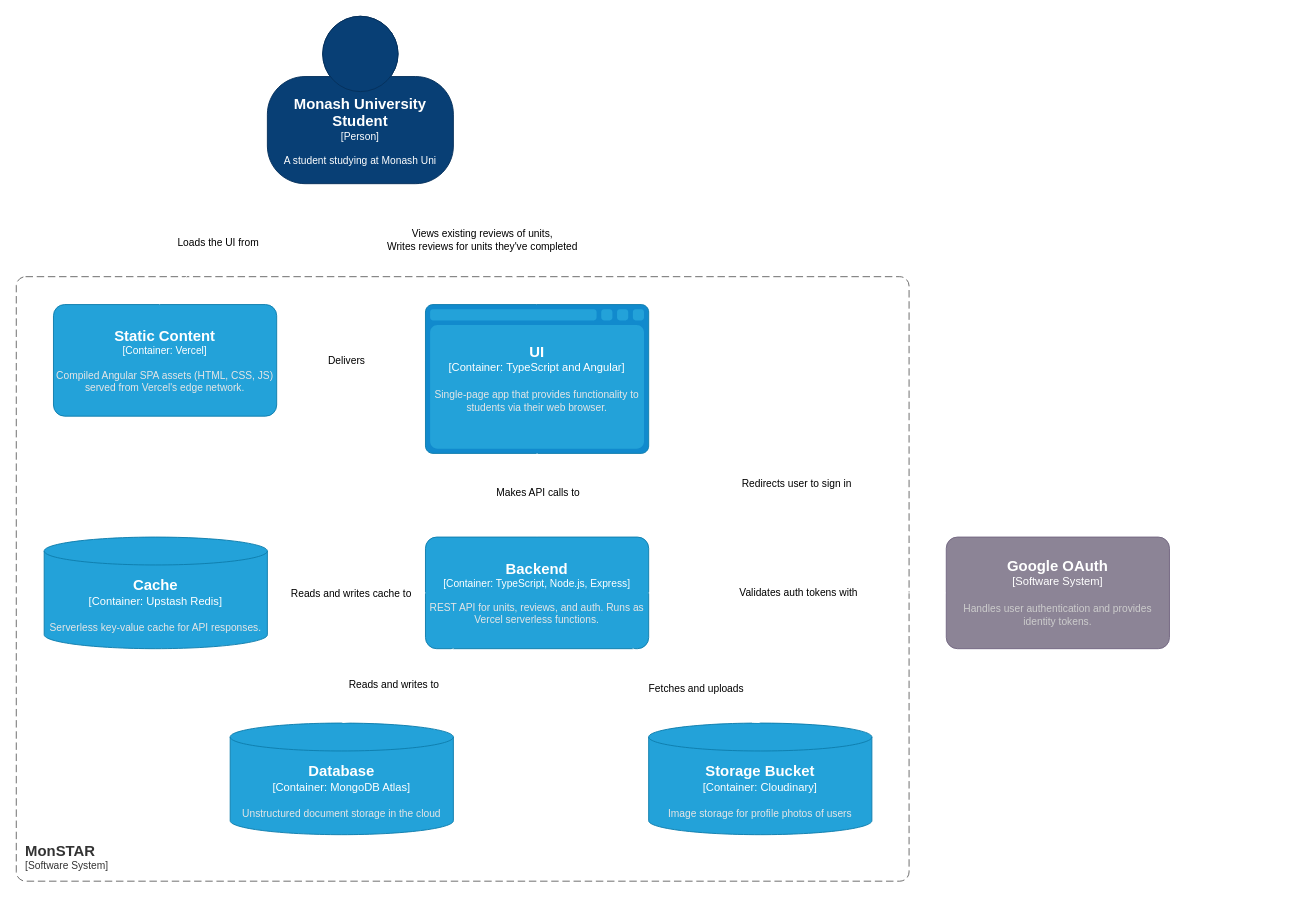
Before: .docs/2_Container_Diagram.drawio in wiredmonash/monstar, a draw.io diagram. Source tidied: cells renumbered, new cells numbered last; positions are measured from the earlier drawing's top-left corner, leaving out a move shared by most shapes. Both pictures are drawn from the tidied source at 93%, with x=0, y=0 at pixel (16, 16).
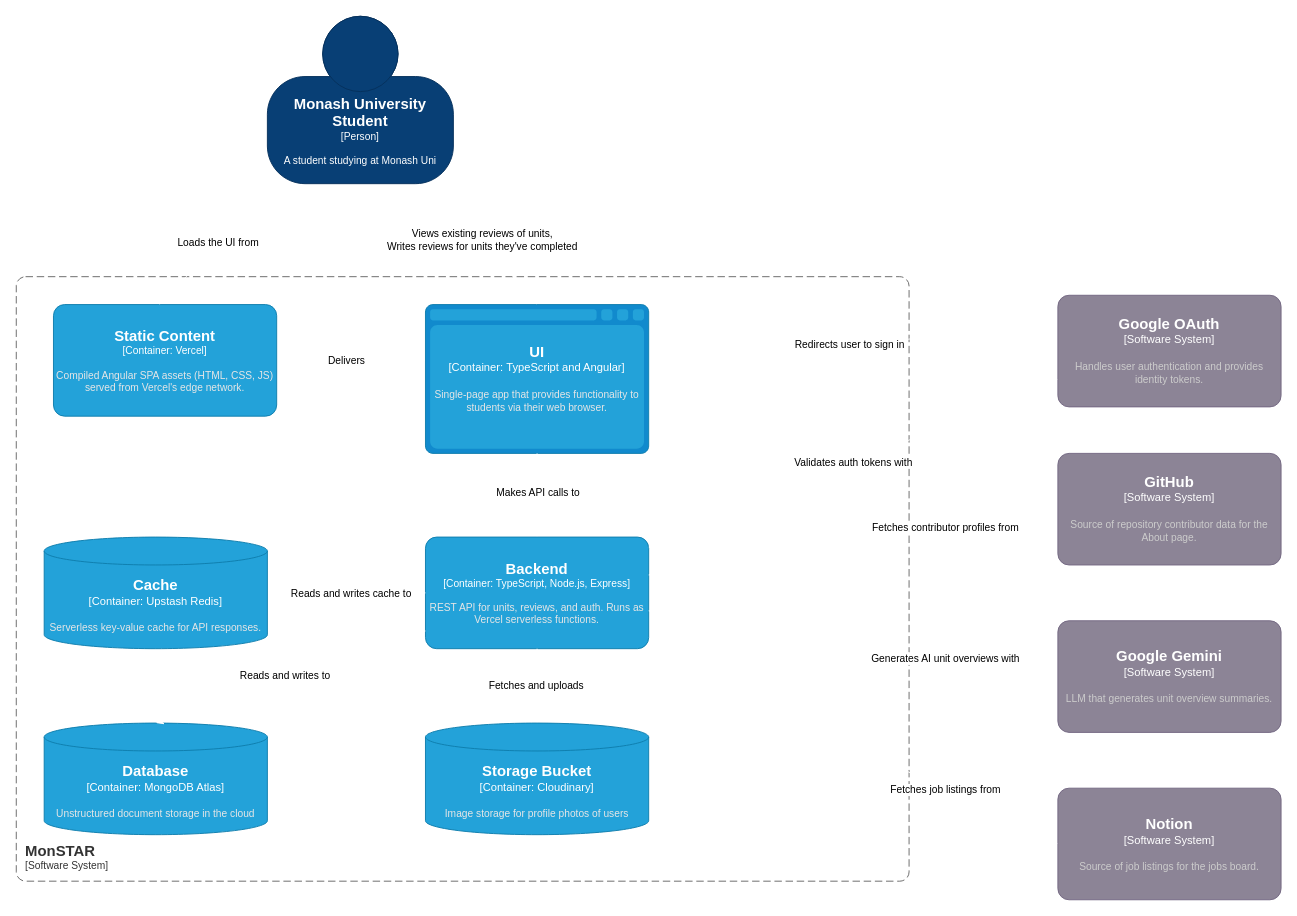
Above is the later version.

Commit message (it also covers changes not shown here):
docs: add Gemini, GitHub, and Notion external systems to container diagram

The change refers to these unchanged cells:
```xml
<object id="6" label="&lt;font style=&quot;font-size: 16px&quot;&gt;&lt;b&gt;%c4Name%&lt;/b&gt;&lt;/font&gt;&lt;div&gt;[%c4Type%: %c4Technology%]&lt;/div&gt;&lt;br&gt;&lt;div&gt;&lt;font style=&quot;font-size: 11px&quot;&gt;&lt;font color=&quot;#E6E6E6&quot;&gt;%c4Description%&lt;/font&gt;&lt;/div&gt;" c4Description="REST API for units, reviews, and auth. Runs as Vercel serverless functions." c4Name="Backend" c4Technology="TypeScript, Node.js, Express" c4Type="Container" placeholders="1">
  <mxCell style="rounded=1;whiteSpace=wrap;html=1;fontSize=11;labelBackgroundColor=none;fillColor=#23A2D9;fontColor=#ffffff;align=center;arcSize=10;strokeColor=#0E7DAD;points=[[0.25,0,0],[0.5,0,0],[0.75,0,0],[1,0.25,0],[1,0.5,0],[1,0.75,0],[0.75,1,0],[0.5,1,0],[0.25,1,0],[0,0.75,0],[0,0.5,0],[0,0.25,0]];" parent="1" vertex="1">
    <mxGeometry x="440" y="560" width="240" height="120" as="geometry" />
  </mxCell>
</object>
<object id="9" label="&lt;font style=&quot;font-size: 16px&quot;&gt;&lt;b&gt;%c4Name%&lt;/b&gt;&lt;/font&gt;&lt;div&gt;[%c4Type%:&amp;nbsp;%c4Technology%]&lt;/div&gt;&lt;br&gt;&lt;div&gt;&lt;font style=&quot;font-size: 11px&quot;&gt;&lt;font color=&quot;#E6E6E6&quot;&gt;%c4Description%&lt;/font&gt;&lt;/div&gt;" c4Description="Single-page app that provides functionality to students via their web browser." c4Name="UI" c4Technology="TypeScript and Angular" c4Type="Container" placeholders="1">
  <mxCell style="shape=mxgraph.c4.webBrowserContainer2;whiteSpace=wrap;html=1;boundedLbl=1;rounded=0;labelBackgroundColor=none;strokeColor=#118ACD;fillColor=#23A2D9;strokeColor=#118ACD;strokeColor2=#0E7DAD;fontSize=12;fontColor=#ffffff;align=center;points=[[0.5,0,0],[1,0.25,0],[1,0.5,0],[1,0.75,0],[0.5,1,0],[0,0.75,0],[0,0.5,0],[0,0.25,0]];" parent="1" vertex="1">
    <mxGeometry x="440" y="310" width="240" height="160" as="geometry" />
  </mxCell>
</object>
```

What changed in the source:
```diff
@@
     <object id="4" label="&lt;font style=&quot;font-size: 16px&quot;&gt;&lt;b&gt;%c4Name%&lt;/b&gt;&lt;/font&gt;&lt;div&gt;[%c4Type%:&amp;nbsp;%c4Technology%]&lt;/div&gt;&lt;br&gt;&lt;div&gt;&lt;font style=&quot;font-size: 11px&quot;&gt;&lt;font color=&quot;#E6E6E6&quot;&gt;%c4Description%&lt;/font&gt;&lt;/div&gt;" c4Description="Unstructured document storage in the cloud" c4Name="Database" c4Technology="MongoDB Atlas" c4Type="Container" placeholders="1">
       <mxCell style="shape=cylinder3;size=15;whiteSpace=wrap;html=1;boundedLbl=1;rounded=0;labelBackgroundColor=none;fillColor=#23A2D9;fontSize=12;fontColor=#ffffff;align=center;strokeColor=#0E7DAD;points=[[0.5,0,0],[1,0.25,0],[1,0.5,0],[1,0.75,0],[0.5,1,0],[0,0.75,0],[0,0.5,0],[0,0.25,0]];" parent="1" vertex="1">
-        <mxGeometry x="230" y="760" width="240" height="120" as="geometry" />
+        <mxGeometry x="30" y="760" width="240" height="120" as="geometry" />
       </mxCell>
     </object>
     <object id="5" label="&lt;font style=&quot;font-size: 16px&quot;&gt;&lt;b&gt;%c4Name%&lt;/b&gt;&lt;/font&gt;&lt;div&gt;[%c4Type%:&amp;nbsp;%c4Technology%]&lt;/div&gt;&lt;br&gt;&lt;div&gt;&lt;font style=&quot;font-size: 11px&quot;&gt;&lt;font color=&quot;#E6E6E6&quot;&gt;%c4Description%&lt;/font&gt;&lt;/div&gt;" c4Description="Image storage for profile photos of users" c4Name="Storage Bucket" c4Technology="Cloudinary" c4Type="Container" placeholders="1">
       <mxCell style="shape=cylinder3;size=15;whiteSpace=wrap;html=1;boundedLbl=1;rounded=0;labelBackgroundColor=none;fillColor=#23A2D9;fontSize=12;fontColor=#ffffff;align=center;strokeColor=#0E7DAD;points=[[0.5,0,0],[1,0.25,0],[1,0.5,0],[1,0.75,0],[0.5,1,0],[0,0.75,0],[0,0.5,0],[0,0.25,0]];" parent="1" vertex="1">
-        <mxGeometry x="680" y="760" width="240" height="120" as="geometry" />
+        <mxGeometry x="440" y="760" width="240" height="120" as="geometry" />
       </mxCell>
     </object>
@@
-    <mxCell id="7" style="edgeStyle=none;html=1;strokeColor=#FFFFFF;" parent="1" edge="1" source="9" target="23">
+    <mxCell id="7" style="edgeStyle=none;html=1;strokeColor=#FFFFFF;entryX=0;entryY=0.25;entryDx=0;entryDy=0;entryPerimeter=0;" parent="1" edge="1" source="9" target="23">
       <mxGeometry relative="1" as="geometry" />
     </mxCell>
@@
     <object id="23" label="&lt;font style=&quot;font-size: 16px&quot;&gt;&lt;b&gt;%c4Name%&lt;/b&gt;&lt;/font&gt;&lt;div&gt;[%c4Type%]&lt;/div&gt;&lt;br&gt;&lt;div&gt;&lt;font style=&quot;font-size: 11px&quot;&gt;&lt;font color=&quot;#cccccc&quot;&gt;%c4Description%&lt;/font&gt;&lt;/div&gt;" c4Description="Handles user authentication and provides identity tokens." c4Name="Google OAuth" c4Type="Software System" placeholders="1">
       <mxCell style="rounded=1;whiteSpace=wrap;html=1;labelBackgroundColor=none;fillColor=#8C8496;fontColor=#ffffff;align=center;arcSize=10;strokeColor=#736782;points=[[0.25,0,0],[0.5,0,0],[0.75,0,0],[1,0.25,0],[1,0.5,0],[1,0.75,0],[0.75,1,0],[0.5,1,0],[0.25,1,0],[0,0.75,0],[0,0.5,0],[0,0.25,0]];" parent="1" vertex="1">
-        <mxGeometry x="1000" y="560" width="240" height="120" as="geometry" />
+        <mxGeometry x="1120" y="300" width="240" height="120" as="geometry" />
       </mxCell>
     </object>
@@
-    <mxCell id="27" style="edgeStyle=none;html=1;entryX=0;entryY=0.5;entryDx=0;entryDy=0;entryPerimeter=0;strokeColor=#FFFFFF;" parent="1" edge="1" source="6" target="23">
+    <mxCell id="27" style="edgeStyle=none;html=1;strokeColor=#FFFFFF;entryX=0;entryY=0.75;entryDx=0;entryDy=0;entryPerimeter=0;" parent="1" edge="1" source="6" target="23">
       <mxGeometry relative="1" as="geometry" />
     </mxCell>
@@
+    <object id="29" label="&lt;font style=&quot;font-size: 16px&quot;&gt;&lt;b&gt;%c4Name%&lt;/b&gt;&lt;/font&gt;&lt;div&gt;[%c4Type%]&lt;/div&gt;&lt;br&gt;&lt;div&gt;&lt;font style=&quot;font-size: 11px&quot;&gt;&lt;font color=&quot;#cccccc&quot;&gt;%c4Description%&lt;/font&gt;&lt;/div&gt;" c4Description="LLM that generates unit overview summaries." c4Name="Google Gemini" c4Type="Software System" placeholders="1">
+      <mxCell style="rounded=1;whiteSpace=wrap;html=1;labelBackgroundColor=none;fillColor=#8C8496;fontColor=#ffffff;align=center;arcSize=10;strokeColor=#736782;points=[[0.25,0,0],[0.5,0,0],[0.75,0,0],[1,0.25,0],[1,0.5,0],[1,0.75,0],[0.75,1,0],[0.5,1,0],[0.25,1,0],[0,0.75,0],[0,0.5,0],[0,0.25,0]];" parent="1" vertex="1">
+        <mxGeometry x="1120" y="650" width="240" height="120" as="geometry" />
+      </mxCell>
+    </object>
+    <object id="30" label="&lt;font style=&quot;font-size: 16px&quot;&gt;&lt;b&gt;%c4Name%&lt;/b&gt;&lt;/font&gt;&lt;div&gt;[%c4Type%]&lt;/div&gt;&lt;br&gt;&lt;div&gt;&lt;font style=&quot;font-size: 11px&quot;&gt;&lt;font color=&quot;#cccccc&quot;&gt;%c4Description%&lt;/font&gt;&lt;/div&gt;" c4Description="Source of repository contributor data for the About page." c4Name="GitHub" c4Type="Software System" placeholders="1">
+      <mxCell style="rounded=1;whiteSpace=wrap;html=1;labelBackgroundColor=none;fillColor=#8C8496;fontColor=#ffffff;align=center;arcSize=10;strokeColor=#736782;points=[[0.25,0,0],[0.5,0,0],[0.75,0,0],[1,0.25,0],[1,0.5,0],[1,0.75,0],[0.75,1,0],[0.5,1,0],[0.25,1,0],[0,0.75,0],[0,0.5,0],[0,0.25,0]];" parent="1" vertex="1">
+        <mxGeometry x="1120" y="470" width="240" height="120" as="geometry" />
+      </mxCell>
+    </object>
+    <object id="31" label="&lt;font style=&quot;font-size: 16px&quot;&gt;&lt;b&gt;%c4Name%&lt;/b&gt;&lt;/font&gt;&lt;div&gt;[%c4Type%]&lt;/div&gt;&lt;br&gt;&lt;div&gt;&lt;font style=&quot;font-size: 11px&quot;&gt;&lt;font color=&quot;#cccccc&quot;&gt;%c4Description%&lt;/font&gt;&lt;/div&gt;" c4Description="Source of job listings for the jobs board." c4Name="Notion" c4Type="Software System" placeholders="1">
+      <mxCell style="rounded=1;whiteSpace=wrap;html=1;labelBackgroundColor=none;fillColor=#8C8496;fontColor=#ffffff;align=center;arcSize=10;strokeColor=#736782;points=[[0.25,0,0],[0.5,0,0],[0.75,0,0],[1,0.25,0],[1,0.5,0],[1,0.75,0],[0.75,1,0],[0.5,1,0],[0.25,1,0],[0,0.75,0],[0,0.5,0],[0,0.25,0]];" parent="1" vertex="1">
+        <mxGeometry x="1120" y="830" width="240" height="120" as="geometry" />
+      </mxCell>
+    </object>
+    <mxCell id="32" style="edgeStyle=none;html=1;entryX=0;entryY=0.5;entryDx=0;entryDy=0;entryPerimeter=0;strokeColor=#FFFFFF;" parent="1" edge="1" source="6" target="29">
+      <mxGeometry relative="1" as="geometry" />
+    </mxCell>
+    <mxCell id="33" value="Generates AI unit overviews with" style="edgeLabel;html=1;align=center;verticalAlign=middle;" parent="32" vertex="1">
+      <mxGeometry x="0.45" relative="1" as="geometry" />
+    </mxCell>
+    <mxCell id="34" style="edgeStyle=none;html=1;entryX=0;entryY=0.5;entryDx=0;entryDy=0;entryPerimeter=0;strokeColor=#FFFFFF;" parent="1" edge="1" source="6" target="30">
+      <mxGeometry relative="1" as="geometry" />
+    </mxCell>
+    <mxCell id="35" value="Fetches contributor profiles from" style="edgeLabel;html=1;align=center;verticalAlign=middle;" parent="34" vertex="1">
+      <mxGeometry x="0.45" relative="1" as="geometry" />
+    </mxCell>
+    <mxCell id="36" style="edgeStyle=none;html=1;entryX=0;entryY=0.5;entryDx=0;entryDy=0;entryPerimeter=0;strokeColor=#FFFFFF;" parent="1" edge="1" source="6" target="31">
+      <mxGeometry relative="1" as="geometry" />
+    </mxCell>
+    <mxCell id="37" value="Fetches job listings from" style="edgeLabel;html=1;align=center;verticalAlign=middle;" parent="36" vertex="1">
+      <mxGeometry x="0.45" relative="1" as="geometry" />
+    </mxCell>
```
